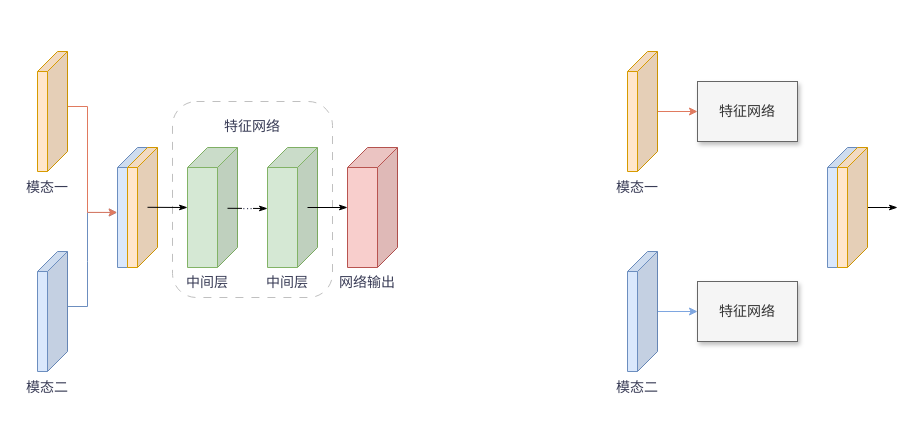
This is 毕设.drawio from kenloves/draw.io, a draw.io file, before an edit. Source tidied: cells renumbered, new cells numbered last; positions are measured from the earlier drawing's top-left corner, leaving out a move shared by most shapes. Both pictures are drawn from the tidied source at 100%, with x=0, y=0 at pixel (17, 51).
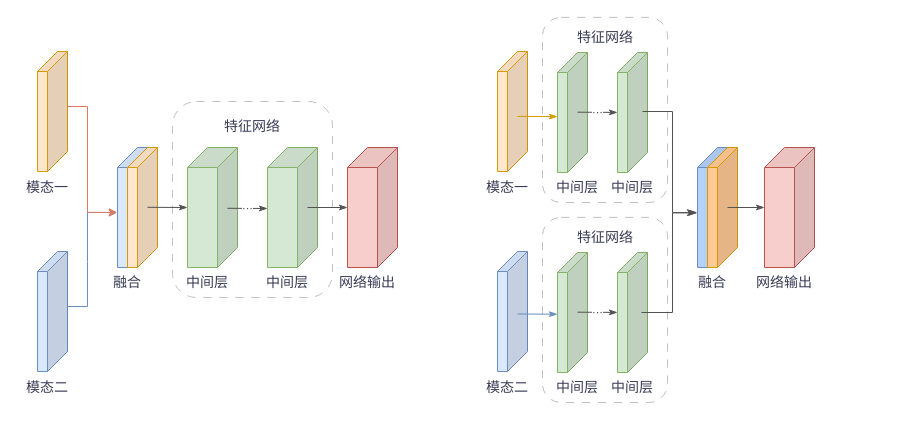
After the change.

The change refers to these unchanged cells:
```xml
<mxCell id="11" style="shape=cube;whiteSpace=wrap;html=1;boundedLbl=1;backgroundOutline=1;darkOpacity=0.05;darkOpacity2=0.1;direction=east;flipH=1;labelBackgroundColor=none;fillColor=#f8cecc;strokeColor=#b85450;" parent="1" vertex="1">
  <mxGeometry x="330" y="96" width="50" height="120" as="geometry" />
</mxCell>
<mxCell id="25" style="shape=cube;whiteSpace=wrap;html=1;boundedLbl=1;backgroundOutline=1;darkOpacity=0.05;darkOpacity2=0.1;direction=east;flipH=1;labelBackgroundColor=none;fillColor=#d5e8d4;strokeColor=#82b366;" parent="1" vertex="1">
  <mxGeometry x="250" y="96" width="50" height="120" as="geometry" />
</mxCell>
```

The edit, as a diff of the source:
```diff
@@
+    <mxCell id="34" style="rounded=1;whiteSpace=wrap;html=1;dashed=1;shadow=0;dashPattern=8 8;strokeColor=#c0c0c0;" parent="1" vertex="1">
+      <mxGeometry x="525" y="-34.1" width="125" height="185.1" as="geometry" />
+    </mxCell>
@@
-    <mxCell id="13" style="edgeStyle=orthogonalEdgeStyle;rounded=0;jettySize=auto;html=1;strokeColor=#7EA6E0;fontColor=#393C56;fillColor=#F2CC8F;" parent="1" edge="1" source="14" target="20">
-      <mxGeometry relative="1" as="geometry" />
-    </mxCell>
     <mxCell id="14" style="shape=cube;whiteSpace=wrap;html=1;boundedLbl=1;backgroundOutline=1;darkOpacity=0.05;darkOpacity2=0.1;direction=east;flipH=1;labelBackgroundColor=none;fillColor=#dae8fc;strokeColor=#6c8ebf;" parent="1" vertex="1">
-      <mxGeometry x="610" y="200" width="30" height="120" as="geometry" />
+      <mxGeometry x="480" y="200" width="30" height="120" as="geometry" />
     </mxCell>
-    <mxCell id="15" style="edgeStyle=orthogonalEdgeStyle;rounded=0;jettySize=auto;html=1;strokeColor=#E07A5F;fontColor=#393C56;fillColor=#F2CC8F;" parent="1" edge="1" source="16" target="19">
-      <mxGeometry relative="1" as="geometry" />
-    </mxCell>
     <mxCell id="16" style="shape=cube;whiteSpace=wrap;html=1;boundedLbl=1;backgroundOutline=1;darkOpacity=0.05;darkOpacity2=0.1;direction=east;flipH=1;labelBackgroundColor=none;fillColor=#ffe6cc;strokeColor=#d79b00;" parent="1" vertex="1">
-      <mxGeometry x="610" width="30" height="120" as="geometry" />
+      <mxGeometry x="480" width="30" height="120" as="geometry" />
     </mxCell>
     <mxCell id="17" value="模态一" style="text;html=1;align=center;verticalAlign=middle;whiteSpace=wrap;rounded=0;fontColor=#393C56;fontSize=14;" parent="1" vertex="1">
-      <mxGeometry x="590" y="121" width="60" height="30" as="geometry" />
+      <mxGeometry x="460" y="121" width="60" height="30" as="geometry" />
     </mxCell>
     <mxCell id="18" value="模态二" style="text;html=1;align=center;verticalAlign=middle;whiteSpace=wrap;rounded=0;fontColor=#393C56;fontSize=14;" parent="1" vertex="1">
-      <mxGeometry x="590" y="321" width="60" height="30" as="geometry" />
+      <mxGeometry x="460" y="321" width="60" height="30" as="geometry" />
     </mxCell>
-    <mxCell id="19" value="&lt;font style=&quot;font-size: 14px;&quot;&gt;特征网络&lt;/font&gt;" style="rounded=0;whiteSpace=wrap;html=1;strokeColor=#666666;fontColor=#333333;fillColor=#f5f5f5;glass=0;shadow=1;" parent="1" vertex="1">
-      <mxGeometry x="680" y="30" width="100" height="60" as="geometry" />
-    </mxCell>
-    <mxCell id="20" value="&lt;font style=&quot;font-size: 14px;&quot;&gt;特征网络&lt;/font&gt;" style="rounded=0;whiteSpace=wrap;html=1;strokeColor=#666666;fontColor=#333333;fillColor=#f5f5f5;glass=0;shadow=1;" parent="1" vertex="1">
-      <mxGeometry x="680" y="230" width="100" height="60" as="geometry" />
-    </mxCell>
-    <mxCell id="21" style="shape=cube;whiteSpace=wrap;html=1;boundedLbl=1;backgroundOutline=1;darkOpacity=0.05;darkOpacity2=0.1;direction=east;flipH=1;labelBackgroundColor=none;fillColor=#dae8fc;strokeColor=#6c8ebf;" parent="1" vertex="1">
-      <mxGeometry x="810" y="96" width="30" height="120" as="geometry" />
+    <mxCell id="21" style="shape=cube;whiteSpace=wrap;html=1;boundedLbl=1;backgroundOutline=1;darkOpacity=0.05;darkOpacity2=0.1;direction=east;flipH=1;labelBackgroundColor=none;fillColor=#b5d0f9;strokeColor=#6c8ebf;" parent="1" vertex="1">
+      <mxGeometry x="680" y="96" width="30" height="120" as="geometry" />
     </mxCell>
-    <mxCell id="22" style="edgeStyle=orthogonalEdgeStyle;rounded=0;jettySize=auto;html=1;strokeColor=#000000;fontColor=#393C56;fillColor=#F2CC8F;endArrow=classicThin;endFill=1;" parent="1" edge="1" source="23">
-      <mxGeometry relative="1" as="geometry">
-        <mxPoint x="880" y="156" as="targetPoint" />
-      </mxGeometry>
-    </mxCell>
-    <mxCell id="23" style="shape=cube;whiteSpace=wrap;html=1;boundedLbl=1;backgroundOutline=1;darkOpacity=0.05;darkOpacity2=0.1;direction=east;flipH=1;labelBackgroundColor=none;fillColor=#ffe6cc;strokeColor=#d79b00;" parent="1" vertex="1">
-      <mxGeometry x="820" y="96" width="30" height="120" as="geometry" />
+    <mxCell id="23" style="shape=cube;whiteSpace=wrap;html=1;boundedLbl=1;backgroundOutline=1;darkOpacity=0.05;darkOpacity2=0.1;direction=east;flipH=1;labelBackgroundColor=none;fillColor=#ffca95;strokeColor=#d79b00;" parent="1" vertex="1">
+      <mxGeometry x="690" y="96" width="30" height="120" as="geometry" />
     </mxCell>
+    <mxCell id="35" style="edgeStyle=orthogonalEdgeStyle;rounded=0;jettySize=auto;html=1;strokeColor=#525252;fontColor=#393C56;fillColor=#F2CC8F;exitX=0.333;exitY=0.5;exitDx=0;exitDy=0;exitPerimeter=0;endArrow=classicThin;endFill=1;shadow=0;align=center;verticalAlign=middle;fontFamily=Helvetica;fontSize=11;labelBackgroundColor=default;" parent="1" edge="1" source="23" target="59">
+      <mxGeometry relative="1" as="geometry" />
+    </mxCell>
@@
-    <mxCell id="26" style="edgeStyle=orthogonalEdgeStyle;rounded=0;jettySize=auto;html=1;strokeColor=#000000;fontColor=#393C56;fillColor=#F2CC8F;endArrow=classicThin;endFill=1;exitX=0.2;exitY=0.5;exitDx=0;exitDy=0;exitPerimeter=0;" parent="1" edge="1" source="25" target="11">
+    <mxCell id="26" style="edgeStyle=orthogonalEdgeStyle;rounded=0;jettySize=auto;html=1;strokeColor=#525252;fontColor=#393C56;fillColor=#F2CC8F;endArrow=classicThin;endFill=1;exitX=0.2;exitY=0.5;exitDx=0;exitDy=0;exitPerimeter=0;shadow=0;align=center;verticalAlign=middle;fontFamily=Helvetica;fontSize=11;labelBackgroundColor=default;" parent="1" edge="1" source="25" target="11">
       <mxGeometry relative="1" as="geometry" />
     </mxCell>
@@
-    <mxCell id="29" style="endArrow=classicThin;html=1;rounded=0;strokeColor=#000000;fontColor=#393C56;fillColor=#F2CC8F;shadow=0;align=center;verticalAlign=middle;fontFamily=Helvetica;fontSize=11;labelBackgroundColor=default;endFill=1;exitX=0.093;exitY=0.511;exitDx=0;exitDy=0;exitPerimeter=0;" parent="1" edge="1">
+    <mxCell id="29" style="endArrow=classicThin;html=1;rounded=0;strokeColor=#525252;fontColor=#393C56;fillColor=#F2CC8F;shadow=0;align=center;verticalAlign=middle;fontFamily=Helvetica;fontSize=11;labelBackgroundColor=default;endFill=1;exitX=0.093;exitY=0.511;exitDx=0;exitDy=0;exitPerimeter=0;" parent="1" edge="1">
       <mxGeometry relative="1" as="geometry">
         <mxPoint x="210" y="156.8" as="sourcePoint" />
         <mxPoint x="250" y="157" as="targetPoint" />
       </mxGeometry>
     </mxCell>
-    <mxCell id="30" value="···" style="edgeLabel;html=1;align=center;verticalAlign=middle;strokeColor=#000000;fontColor=#393C56;fillColor=#F2CC8F;rounded=0;shadow=0;fontFamily=Helvetica;fontSize=11;labelBackgroundColor=default;" parent="29" vertex="1">
+    <mxCell id="30" value="···" style="edgeLabel;html=1;align=center;verticalAlign=middle;strokeColor=#525252;fontColor=#393C56;fillColor=#F2CC8F;rounded=0;shadow=0;fontFamily=Helvetica;fontSize=11;labelBackgroundColor=default;" parent="29" vertex="1">
       <mxGeometry relative="1" as="geometry" />
     </mxCell>
-    <mxCell id="31" style="endArrow=classicThin;html=1;rounded=0;strokeColor=#000000;fontColor=#393C56;fillColor=#F2CC8F;shadow=0;align=center;verticalAlign=middle;fontFamily=Helvetica;fontSize=11;labelBackgroundColor=default;endFill=1;exitX=0.093;exitY=0.511;exitDx=0;exitDy=0;exitPerimeter=0;" parent="1" edge="1">
+    <mxCell id="31" style="endArrow=classicThin;html=1;rounded=0;strokeColor=#525252;fontColor=#393C56;fillColor=#F2CC8F;shadow=0;align=center;verticalAlign=middle;fontFamily=Helvetica;fontSize=11;labelBackgroundColor=default;endFill=1;exitX=0.093;exitY=0.511;exitDx=0;exitDy=0;exitPerimeter=0;" parent="1" edge="1">
       <mxGeometry relative="1" as="geometry">
         <mxPoint x="130" y="155.8" as="sourcePoint" />
         <mxPoint x="170" y="156" as="targetPoint" />
       </mxGeometry>
     </mxCell>
@@
+    <mxCell id="36" value="融合" style="text;html=1;align=center;verticalAlign=middle;whiteSpace=wrap;rounded=0;fontColor=#393C56;fontSize=14;" parent="1" vertex="1">
+      <mxGeometry x="80" y="216" width="60" height="30" as="geometry" />
+    </mxCell>
+    <mxCell id="37" style="shape=cube;whiteSpace=wrap;html=1;boundedLbl=1;backgroundOutline=1;darkOpacity=0.05;darkOpacity2=0.1;direction=east;flipH=1;labelBackgroundColor=none;fillColor=#d5e8d4;strokeColor=#82b366;" parent="1" vertex="1">
+      <mxGeometry x="540" y="1" width="30" height="120" as="geometry" />
+    </mxCell>
+    <mxCell id="38" value="中间层" style="text;html=1;align=center;verticalAlign=middle;whiteSpace=wrap;rounded=0;fontColor=#393C56;fontSize=14;" parent="1" vertex="1">
+      <mxGeometry x="530" y="121" width="60" height="30" as="geometry" />
+    </mxCell>
+    <mxCell id="39" value="中间层" style="text;html=1;align=center;verticalAlign=middle;whiteSpace=wrap;rounded=0;fontColor=#393C56;fontSize=14;" parent="1" vertex="1">
+      <mxGeometry x="585" y="121" width="60" height="30" as="geometry" />
+    </mxCell>
+    <mxCell id="40" style="endArrow=classicThin;html=1;rounded=0;strokeColor=#000000;fontColor=#393C56;fillColor=#F2CC8F;shadow=0;align=center;verticalAlign=middle;fontFamily=Helvetica;fontSize=11;labelBackgroundColor=default;endFill=1;exitX=0.093;exitY=0.511;exitDx=0;exitDy=0;exitPerimeter=0;" parent="1" edge="1" source="46">
+      <mxGeometry relative="1" as="geometry">
+        <mxPoint x="600" y="60.9" as="targetPoint" />
+      </mxGeometry>
+    </mxCell>
+    <mxCell id="41" style="endArrow=classicThin;html=1;rounded=0;strokeColor=#d79b00;fontColor=#393C56;fillColor=#ffe6cc;shadow=0;align=center;verticalAlign=middle;fontFamily=Helvetica;fontSize=11;labelBackgroundColor=default;endFill=1;exitX=0.093;exitY=0.511;exitDx=0;exitDy=0;exitPerimeter=0;" parent="1" edge="1">
+      <mxGeometry relative="1" as="geometry">
+        <mxPoint x="500" y="64.9" as="sourcePoint" />
+        <mxPoint x="540" y="65.1" as="targetPoint" />
+      </mxGeometry>
+    </mxCell>
+    <mxCell id="42" style="edgeLabel;html=1;align=center;verticalAlign=middle;strokeColor=#000000;fontColor=#393C56;fillColor=#F2CC8F;rounded=0;shadow=0;fontFamily=Helvetica;fontSize=11;labelBackgroundColor=default;" parent="41" vertex="1">
+      <mxGeometry relative="1" as="geometry">
+        <mxPoint y="-4" as="offset" />
+      </mxGeometry>
+    </mxCell>
+    <mxCell id="43" value="特征网络" style="text;html=1;align=center;verticalAlign=middle;whiteSpace=wrap;rounded=0;fontColor=#393C56;fontSize=14;" parent="1" vertex="1">
+      <mxGeometry x="557.5" y="-29" width="60" height="30" as="geometry" />
+    </mxCell>
+    <mxCell id="44" style="endArrow=classicThin;html=1;rounded=0;strokeColor=#525252;fontColor=#393C56;fillColor=#F2CC8F;shadow=0;align=center;verticalAlign=middle;fontFamily=Helvetica;fontSize=11;labelBackgroundColor=default;endFill=1;exitX=0.093;exitY=0.511;exitDx=0;exitDy=0;exitPerimeter=0;" parent="1" edge="1" target="46">
+      <mxGeometry relative="1" as="geometry">
+        <mxPoint x="560" y="60.7" as="sourcePoint" />
+      </mxGeometry>
+    </mxCell>
+    <mxCell id="45" value="···" style="edgeLabel;html=1;align=center;verticalAlign=middle;strokeColor=#525252;fontColor=#393C56;fillColor=#F2CC8F;rounded=0;shadow=0;fontFamily=Helvetica;fontSize=11;labelBackgroundColor=default;" parent="44" vertex="1">
+      <mxGeometry relative="1" as="geometry" />
+    </mxCell>
+    <mxCell id="46" style="shape=cube;whiteSpace=wrap;html=1;boundedLbl=1;backgroundOutline=1;darkOpacity=0.05;darkOpacity2=0.1;direction=east;flipH=1;labelBackgroundColor=none;fillColor=#d5e8d4;strokeColor=#82b366;" parent="1" vertex="1">
+      <mxGeometry x="600" y="1" width="30" height="120" as="geometry" />
+    </mxCell>
+    <mxCell id="47" style="rounded=1;whiteSpace=wrap;html=1;dashed=1;shadow=0;dashPattern=8 8;strokeColor=#c0c0c0;" parent="1" vertex="1">
+      <mxGeometry x="525" y="165.9" width="125" height="185.1" as="geometry" />
+    </mxCell>
+    <mxCell id="48" style="shape=cube;whiteSpace=wrap;html=1;boundedLbl=1;backgroundOutline=1;darkOpacity=0.05;darkOpacity2=0.1;direction=east;flipH=1;labelBackgroundColor=none;fillColor=#d5e8d4;strokeColor=#82b366;" parent="1" vertex="1">
+      <mxGeometry x="540" y="201" width="30" height="120" as="geometry" />
+    </mxCell>
+    <mxCell id="49" value="中间层" style="text;html=1;align=center;verticalAlign=middle;whiteSpace=wrap;rounded=0;fontColor=#393C56;fontSize=14;" parent="1" vertex="1">
+      <mxGeometry x="530" y="321" width="60" height="30" as="geometry" />
+    </mxCell>
+    <mxCell id="50" value="中间层" style="text;html=1;align=center;verticalAlign=middle;whiteSpace=wrap;rounded=0;fontColor=#393C56;fontSize=14;" parent="1" vertex="1">
+      <mxGeometry x="585" y="321" width="60" height="30" as="geometry" />
+    </mxCell>
+    <mxCell id="51" style="endArrow=classicThin;html=1;rounded=0;strokeColor=#000000;fontColor=#393C56;fillColor=#F2CC8F;shadow=0;align=center;verticalAlign=middle;fontFamily=Helvetica;fontSize=11;labelBackgroundColor=default;endFill=1;exitX=0.093;exitY=0.511;exitDx=0;exitDy=0;exitPerimeter=0;" parent="1" edge="1" source="56">
+      <mxGeometry relative="1" as="geometry">
+        <mxPoint x="600" y="260.9" as="targetPoint" />
+      </mxGeometry>
+    </mxCell>
+    <mxCell id="52" style="edgeLabel;html=1;align=center;verticalAlign=middle;strokeColor=#000000;fontColor=#393C56;fillColor=#F2CC8F;rounded=0;shadow=0;fontFamily=Helvetica;fontSize=11;labelBackgroundColor=default;" parent="1" vertex="1">
+      <mxGeometry x="520" y="260.9" as="geometry" />
+    </mxCell>
+    <mxCell id="53" value="特征网络" style="text;html=1;align=center;verticalAlign=middle;whiteSpace=wrap;rounded=0;fontColor=#393C56;fontSize=14;" parent="1" vertex="1">
+      <mxGeometry x="557.5" y="171" width="60" height="30" as="geometry" />
+    </mxCell>
+    <mxCell id="54" style="endArrow=classicThin;html=1;rounded=0;strokeColor=#525252;fontColor=#393C56;fillColor=#F2CC8F;shadow=0;align=center;verticalAlign=middle;fontFamily=Helvetica;fontSize=11;labelBackgroundColor=default;endFill=1;exitX=0.093;exitY=0.511;exitDx=0;exitDy=0;exitPerimeter=0;" parent="1" edge="1" target="56">
+      <mxGeometry relative="1" as="geometry">
+        <mxPoint x="560" y="260.7" as="sourcePoint" />
+      </mxGeometry>
+    </mxCell>
+    <mxCell id="55" value="···" style="edgeLabel;html=1;align=center;verticalAlign=middle;strokeColor=#525252;fontColor=#393C56;fillColor=#F2CC8F;rounded=0;shadow=0;fontFamily=Helvetica;fontSize=11;labelBackgroundColor=default;" parent="54" vertex="1">
+      <mxGeometry relative="1" as="geometry" />
+    </mxCell>
+    <mxCell id="56" style="shape=cube;whiteSpace=wrap;html=1;boundedLbl=1;backgroundOutline=1;darkOpacity=0.05;darkOpacity2=0.1;direction=east;flipH=1;labelBackgroundColor=none;fillColor=#d5e8d4;strokeColor=#82b366;" parent="1" vertex="1">
+      <mxGeometry x="600" y="201" width="30" height="120" as="geometry" />
+    </mxCell>
+    <mxCell id="57" style="endArrow=classicThin;html=1;rounded=0;strokeColor=#6c8ebf;fontColor=#393C56;fillColor=#dae8fc;shadow=0;align=center;verticalAlign=middle;fontFamily=Helvetica;fontSize=11;labelBackgroundColor=default;endFill=1;exitX=0.093;exitY=0.511;exitDx=0;exitDy=0;exitPerimeter=0;" parent="1" edge="1">
+      <mxGeometry relative="1" as="geometry">
+        <mxPoint x="500" y="262.5" as="sourcePoint" />
+        <mxPoint x="540" y="262.7" as="targetPoint" />
+      </mxGeometry>
+    </mxCell>
+    <mxCell id="58" style="edgeLabel;html=1;align=center;verticalAlign=middle;strokeColor=#000000;fontColor=#393C56;fillColor=#F2CC8F;rounded=0;shadow=0;fontFamily=Helvetica;fontSize=11;labelBackgroundColor=default;" parent="57" vertex="1">
+      <mxGeometry relative="1" as="geometry">
+        <mxPoint y="-2" as="offset" />
+      </mxGeometry>
+    </mxCell>
+    <mxCell id="59" style="shape=cube;whiteSpace=wrap;html=1;boundedLbl=1;backgroundOutline=1;darkOpacity=0.05;darkOpacity2=0.1;direction=east;flipH=1;labelBackgroundColor=none;fillColor=#f8cecc;strokeColor=#b85450;" parent="1" vertex="1">
+      <mxGeometry x="747" y="96" width="50" height="120" as="geometry" />
+    </mxCell>
+    <mxCell id="60" value="网络输出" style="text;html=1;align=center;verticalAlign=middle;whiteSpace=wrap;rounded=0;fontColor=#393C56;fontSize=14;" parent="1" vertex="1">
+      <mxGeometry x="737" y="216" width="60" height="30" as="geometry" />
+    </mxCell>
+    <mxCell id="61" value="融合" style="text;html=1;align=center;verticalAlign=middle;whiteSpace=wrap;rounded=0;fontColor=#393C56;fontSize=14;" parent="1" vertex="1">
+      <mxGeometry x="665" y="216" width="60" height="30" as="geometry" />
+    </mxCell>
+    <mxCell id="62" style="edgeStyle=elbowEdgeStyle;elbow=horizontal;endArrow=classicThin;html=1;curved=0;rounded=0;endSize=8;startSize=8;strokeColor=#525252;fontColor=#393C56;fillColor=#F2CC8F;exitX=0.333;exitY=0.492;exitDx=0;exitDy=0;exitPerimeter=0;endFill=1;shadow=0;align=center;verticalAlign=middle;fontFamily=Helvetica;fontSize=11;labelBackgroundColor=default;entryX=1.005;entryY=0.543;entryDx=0;entryDy=0;entryPerimeter=0;" parent="1" edge="1" target="21">
+      <mxGeometry relative="1" as="geometry">
+        <mxPoint x="625" y="60" as="sourcePoint" />
+        <Array as="points">
+          <mxPoint x="655" y="110" />
+          <mxPoint x="665" y="130.9" />
+        </Array>
+      </mxGeometry>
+    </mxCell>
+    <mxCell id="63" style="edgeStyle=orthogonalEdgeStyle;rounded=0;jettySize=auto;html=1;strokeColor=#525252;fontColor=#393C56;fillColor=#F2CC8F;endArrow=classicThin;endFill=1;exitX=0.2;exitY=0.5;exitDx=0;exitDy=0;exitPerimeter=0;entryX=1.01;entryY=0.544;entryDx=0;entryDy=0;entryPerimeter=0;shadow=0;align=center;verticalAlign=middle;fontFamily=Helvetica;fontSize=11;labelBackgroundColor=default;" parent="1" edge="1" source="56" target="21">
+      <mxGeometry relative="1" as="geometry" />
+    </mxCell>
```
